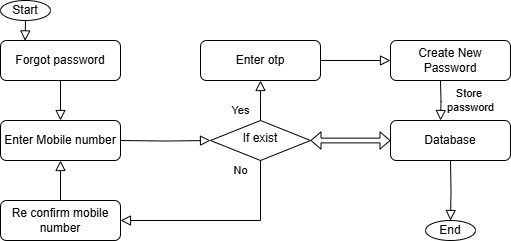
Above: forgotpassword.drawio.png in niravnmore/phptut (draw.io), before the change. Source tidied: cells renumbered, new cells last; positions are measured from the earlier drawing's top-left corner, leaving out a move shared by most shapes.
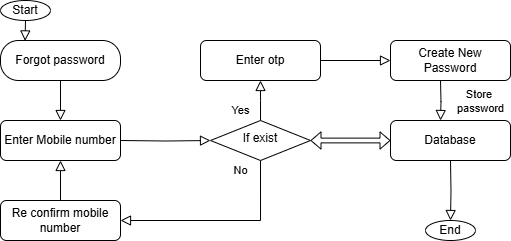
Later version of the same file.

Change to the diagram source:
```diff
@@ -5,7 +5,7 @@
     <mxCell id="2" style="rounded=0;html=1;jettySize=auto;fontSize=11;endArrow=block;endFill=0;endSize=8;strokeWidth=1;shadow=0;labelBackgroundColor=none;edgeStyle=orthogonalEdgeStyle;entryX=0.5;entryY=0;entryDx=0;entryDy=0;" parent="1" edge="1" source="3" target="9">
       <mxGeometry relative="1" as="geometry" />
     </mxCell>
-    <mxCell id="3" value="Forgot password" style="rounded=1;whiteSpace=wrap;html=1;fontSize=12;glass=0;strokeWidth=1;shadow=0;" parent="1" vertex="1">
+    <mxCell id="3" value="Forgot password" style="rounded=1;whiteSpace=wrap;html=1;fontSize=12;glass=0;strokeWidth=1;shadow=0;arcSize=45;" parent="1" vertex="1">
       <mxGeometry y="40" width="120" height="40" as="geometry" />
     </mxCell>
     <mxCell id="4" value="Yes" style="rounded=0;html=1;jettySize=auto;fontSize=11;endArrow=block;endFill=0;endSize=8;strokeWidth=1;shadow=0;labelBackgroundColor=none;edgeStyle=orthogonalEdgeStyle;" parent="1" edge="1" source="5">
@@ -44,9 +44,9 @@
       <mxGeometry y="20" relative="1" as="geometry" />
     </mxCell>
     <mxCell id="15" value="Store&amp;nbsp;&lt;div&gt;password&lt;/div&gt;" style="rounded=0;html=1;jettySize=auto;fontSize=11;endArrow=block;endFill=0;endSize=8;strokeWidth=1;shadow=0;labelBackgroundColor=none;edgeStyle=orthogonalEdgeStyle;entryX=0.417;entryY=0;entryDx=0;entryDy=0;entryPerimeter=0;" parent="1" edge="1" target="12">
-      <mxGeometry x="0.02" y="29" relative="1" as="geometry">
+      <mxGeometry x="0.04" y="-40" relative="1" as="geometry">
         <mxPoint x="440" y="80" as="sourcePoint" />
-        <mxPoint x="29" y="-30" as="offset" />
+        <mxPoint x="40" y="40" as="offset" />
       </mxGeometry>
     </mxCell>
     <mxCell id="16" style="rounded=0;html=1;jettySize=auto;fontSize=11;endArrow=block;endFill=0;endSize=8;strokeWidth=1;shadow=0;labelBackgroundColor=none;edgeStyle=orthogonalEdgeStyle;entryX=0.5;entryY=1;entryDx=0;entryDy=0;exitX=0.5;exitY=0;exitDx=0;exitDy=0;" parent="1" edge="1" source="6" target="9">
```
